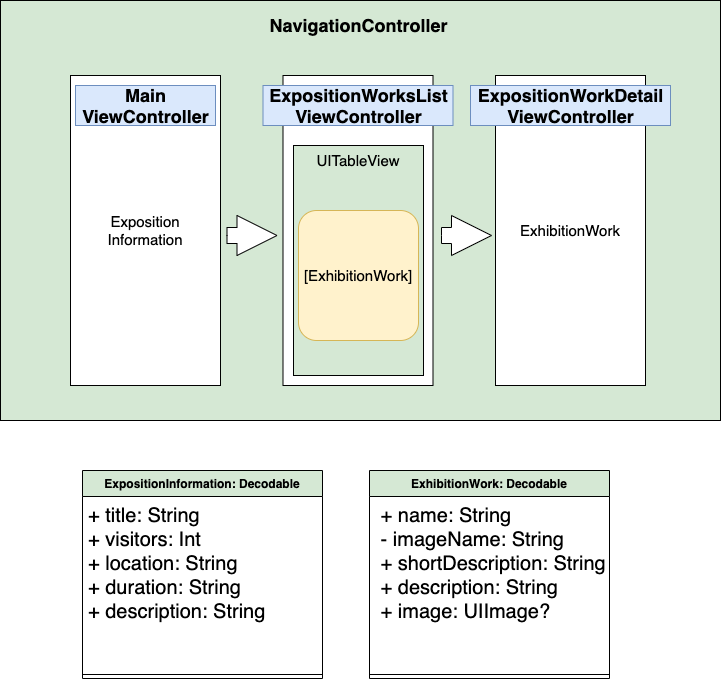
innieminnie/ios-exposition-universelle keeps this draw.io diagram as image/Expo1900_Diagram.png. Above is the earlier version. Source tidied: cells renumbered, new cells last; positions are measured from the earlier drawing's top-left corner, leaving out a move shared by most shapes.
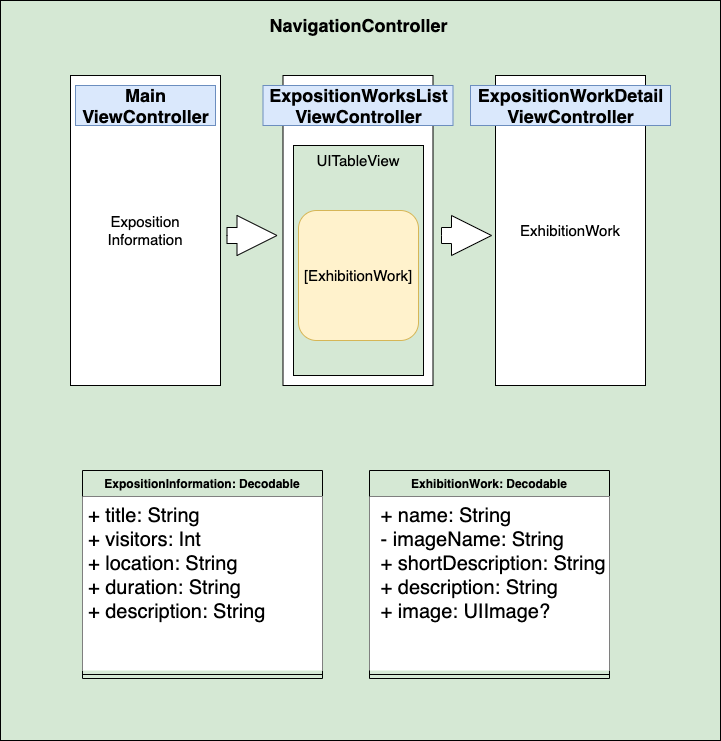
Later version of the same file.

Diff of the diagram source:
```diff
@@ -3,7 +3,7 @@
     <mxCell id="0" />
     <mxCell id="1" parent="0" />
     <mxCell id="2" style="rounded=0;whiteSpace=wrap;html=1;fillColor=#D5E8D4;" parent="1" vertex="1">
-      <mxGeometry width="720" height="420" as="geometry" />
+      <mxGeometry width="720" height="740" as="geometry" />
     </mxCell>
     <mxCell id="3" style="rounded=0;whiteSpace=wrap;html=1;" parent="1" vertex="1">
       <mxGeometry x="70" y="75" width="150" height="310" as="geometry" />
@@ -53,7 +53,7 @@
     <mxCell id="18" value="ExpositionInformation: Decodable" style="swimlane;fontStyle=1;align=center;verticalAlign=top;horizontal=1;startSize=26;fillColor=#D5E8D4;" parent="1" vertex="1">
       <mxGeometry x="82" y="470" width="240" height="208" as="geometry" />
     </mxCell>
-    <mxCell id="19" value="+ title: String&#10;+ visitors: Int&#10;+ location: String&#10;+ duration: String&#10;+ description: String" style="text;strokeColor=none;fillColor=none;align=left;verticalAlign=top;spacingLeft=4;spacingRight=4;overflow=hidden;fontSize=20;" parent="18" vertex="1">
+    <mxCell id="19" value="+ title: String&#10;+ visitors: Int&#10;+ location: String&#10;+ duration: String&#10;+ description: String" style="text;align=left;verticalAlign=top;spacingLeft=4;spacingRight=4;overflow=hidden;fontSize=20;fillColor=#ffffff;" parent="18" vertex="1">
       <mxGeometry y="26" width="240" height="174" as="geometry" />
     </mxCell>
     <mxCell id="20" style="line;strokeWidth=1;fillColor=none;align=left;verticalAlign=middle;spacingTop=-1;spacingLeft=3;spacingRight=3;labelPosition=right;" parent="18" vertex="1">
@@ -62,7 +62,7 @@
     <mxCell id="21" value="ExhibitionWork: Decodable" style="swimlane;fontStyle=1;align=center;verticalAlign=top;horizontal=1;startSize=26;fillColor=#D5E8D4;" parent="1" vertex="1">
       <mxGeometry x="369" y="470" width="240" height="208" as="geometry" />
     </mxCell>
-    <mxCell id="22" value=" + name: String&#10; - imageName: String&#10; + shortDescription: String&#10; + description: String&#10; + image: UIImage?" style="text;strokeColor=none;fillColor=none;align=left;verticalAlign=top;spacingLeft=4;spacingRight=4;overflow=hidden;fontSize=20;" parent="21" vertex="1">
+    <mxCell id="22" value=" + name: String&#10; - imageName: String&#10; + shortDescription: String&#10; + description: String&#10; + image: UIImage?" style="text;strokeColor=none;align=left;verticalAlign=top;spacingLeft=4;spacingRight=4;overflow=hidden;fontSize=20;fillColor=#ffffff;" parent="21" vertex="1">
       <mxGeometry y="26" width="240" height="174" as="geometry" />
     </mxCell>
     <mxCell id="23" style="line;strokeWidth=1;fillColor=none;align=left;verticalAlign=middle;spacingTop=-1;spacingLeft=3;spacingRight=3;labelPosition=right;" parent="21" vertex="1">
```
